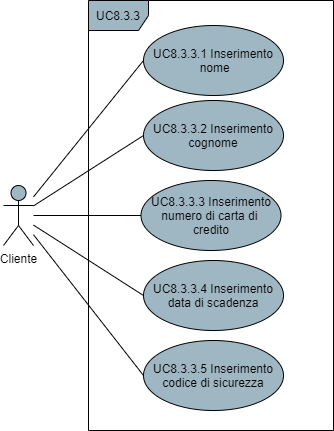
The draw.io diagram DocumentazioneEsterna/AnalisiDeiRequisiti/res/UseCase/Immagini/InserimentoDatiPagamento.png in Omicron-Team/Documentazione, before a commit. Source tidied: cells renumbered, new cells last; positions are measured from the earlier drawing's top-left corner, leaving out a move shared by most shapes.
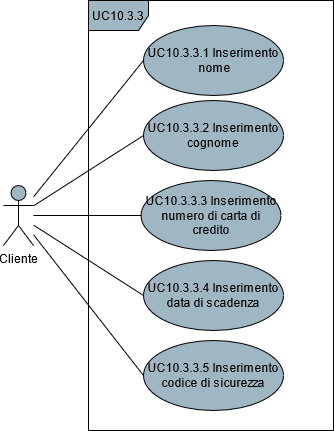
Later version of the same file.

The edit, as a diff of the source:
```diff
@@ -20,22 +20,22 @@
     <mxCell id="7" value="Cliente" style="shape=umlActor;verticalLabelPosition=bottom;verticalAlign=top;html=1;fillColor=#9FB6C3;" parent="1" vertex="1">
       <mxGeometry y="185" width="30" height="60" as="geometry" />
     </mxCell>
-    <mxCell id="8" value="UC8.3.3" style="shape=umlFrame;whiteSpace=wrap;html=1;fillColor=#9FB6C3;" parent="1" vertex="1">
+    <mxCell id="8" value="UC10.3.3" style="shape=umlFrame;whiteSpace=wrap;html=1;fillColor=#9FB6C3;" parent="1" vertex="1">
       <mxGeometry x="85" width="245" height="430" as="geometry" />
     </mxCell>
-    <mxCell id="9" value="UC8.3.3.1 Inserimento&lt;br&gt;&amp;nbsp;nome" style="ellipse;whiteSpace=wrap;html=1;fillColor=#9FB6C3;" parent="1" vertex="1">
+    <mxCell id="9" value="UC10.3.3.1 Inserimento&lt;br&gt;&amp;nbsp;nome" style="ellipse;whiteSpace=wrap;html=1;fillColor=#9FB6C3;" parent="1" vertex="1">
       <mxGeometry x="140" y="25" width="140" height="70" as="geometry" />
     </mxCell>
-    <mxCell id="10" value="UC8.3.3.2 Inserimento cognome" style="ellipse;whiteSpace=wrap;html=1;fillColor=#9FB6C3;" parent="1" vertex="1">
+    <mxCell id="10" value="UC10.3.3.2 Inserimento cognome" style="ellipse;whiteSpace=wrap;html=1;fillColor=#9FB6C3;" parent="1" vertex="1">
       <mxGeometry x="140" y="100" width="140" height="70" as="geometry" />
     </mxCell>
-    <mxCell id="11" value="UC8.3.3.3 Inserimento numero di carta di &lt;br&gt;credito" style="ellipse;whiteSpace=wrap;html=1;fillColor=#9FB6C3;" parent="1" vertex="1">
+    <mxCell id="11" value="UC10.3.3.3 Inserimento numero di carta di &lt;br&gt;credito" style="ellipse;whiteSpace=wrap;html=1;fillColor=#9FB6C3;" parent="1" vertex="1">
       <mxGeometry x="137.5" y="180" width="140" height="70" as="geometry" />
     </mxCell>
-    <mxCell id="12" value="UC8.3.3.4 Inserimento data di scadenza" style="ellipse;whiteSpace=wrap;html=1;fillColor=#9FB6C3;" parent="1" vertex="1">
+    <mxCell id="12" value="UC10.3.3.4 Inserimento data di scadenza" style="ellipse;whiteSpace=wrap;html=1;fillColor=#9FB6C3;" parent="1" vertex="1">
       <mxGeometry x="140" y="260" width="140" height="70" as="geometry" />
     </mxCell>
-    <mxCell id="13" value="UC8.3.3.5 Inserimento codice di sicurezza" style="ellipse;whiteSpace=wrap;html=1;fillColor=#9FB6C3;" parent="1" vertex="1">
+    <mxCell id="13" value="UC10.3.3.5 Inserimento codice di sicurezza" style="ellipse;whiteSpace=wrap;html=1;fillColor=#9FB6C3;" parent="1" vertex="1">
       <mxGeometry x="140" y="340" width="140" height="70" as="geometry" />
     </mxCell>
   </root>
```
